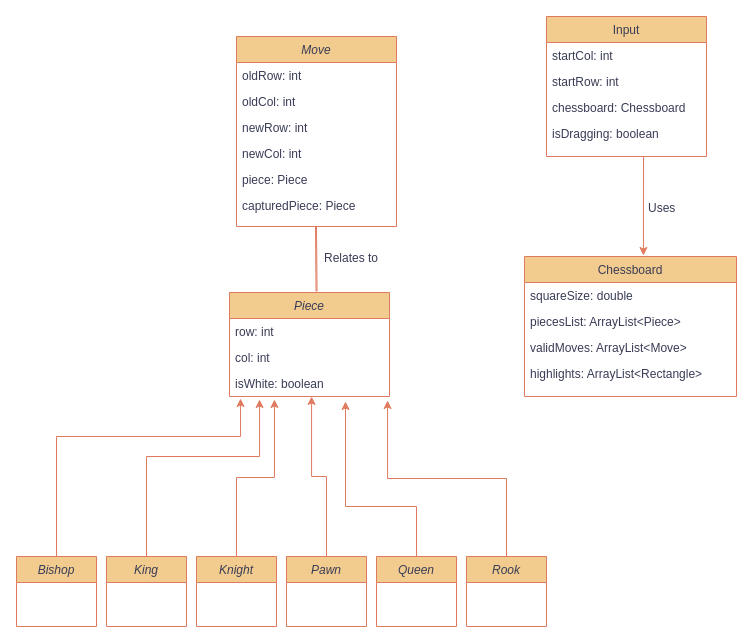
The draw.io diagram Untitled Diagram.drawio in spirithuntt/ChessGame, before the edit. Source tidied: cells renumbered, new cells numbered last; positions are measured from the earlier drawing's top-left corner, leaving out a move shared by most shapes. Both pictures are drawn from the tidied source at 100%, with x=0, y=0 at pixel (16, 16).
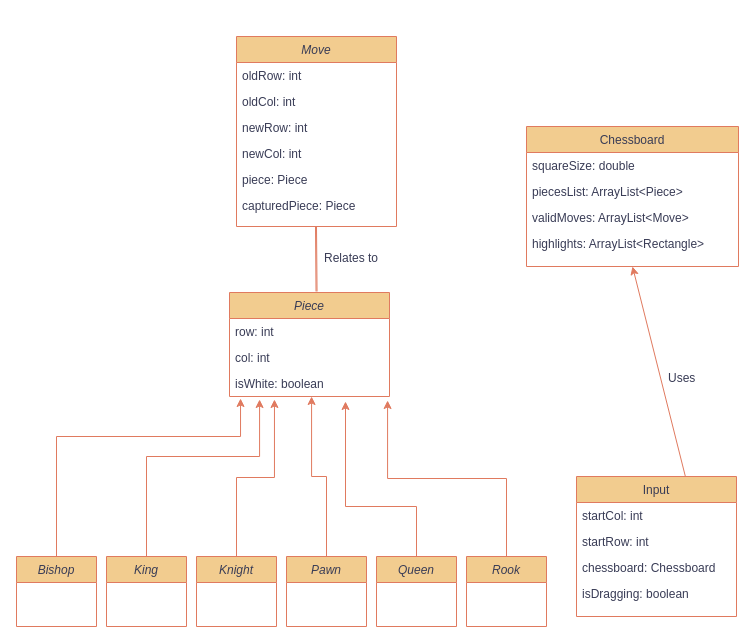
Above is the later version.

The edit, as a diff of the source:
```diff
@@
     <mxCell id="9" value="Input&#10;&#10;" style="swimlane;fontStyle=0;align=center;verticalAlign=top;horizontal=1;startSize=26;rounded=0;shadow=0;strokeWidth=1;labelBackgroundColor=none;fillColor=#F2CC8F;strokeColor=#E07A5F;fontColor=#393C56;" parent="1" vertex="1">
-      <mxGeometry x="530" width="160" height="140" as="geometry" />
+      <mxGeometry x="560" y="460" width="160" height="140" as="geometry" />
     </mxCell>
@@
     <mxCell id="29" value="Chessboard" style="swimlane;fontStyle=0;align=center;verticalAlign=top;horizontal=1;startSize=26;rounded=0;shadow=0;strokeWidth=1;labelBackgroundColor=none;fillColor=#F2CC8F;strokeColor=#E07A5F;fontColor=#393C56;" parent="1" vertex="1">
-      <mxGeometry x="508" y="240" width="212" height="140" as="geometry" />
+      <mxGeometry x="510" y="110" width="212" height="140" as="geometry" />
     </mxCell>
@@
-    <mxCell id="34" style="edgeStyle=none;rounded=0;jettySize=auto;html=1;exitX=0;exitY=0.5;exitDx=0;exitDy=0;entryX=0.561;entryY=-0.007;entryDx=0;entryDy=0;entryPerimeter=0;labelBackgroundColor=none;strokeColor=#E07A5F;fontColor=default;" parent="1" edge="1" target="29">
-      <mxGeometry relative="1" as="geometry">
-        <mxPoint x="627" y="140" as="sourcePoint" />
-      </mxGeometry>
+    <mxCell id="34" style="edgeStyle=none;rounded=0;jettySize=auto;html=1;entryX=0.5;entryY=1;entryDx=0;entryDy=0;labelBackgroundColor=none;strokeColor=#E07A5F;fontColor=default;exitX=0.681;exitY=0.002;exitDx=0;exitDy=0;exitPerimeter=0;" parent="1" edge="1" source="9" target="29">
+      <mxGeometry relative="1" as="geometry" />
     </mxCell>
@@
     <mxCell id="37" value="Uses" style="align=left;verticalAlign=bottom;labelBackgroundColor=none;fontSize=12;fillColor=#F2CC8F;strokeColor=#E07A5F;fontColor=#393C56;" parent="1" vertex="1">
-      <mxGeometry x="630" y="200" as="geometry" />
+      <mxGeometry x="650" y="370" as="geometry" />
     </mxCell>
```
